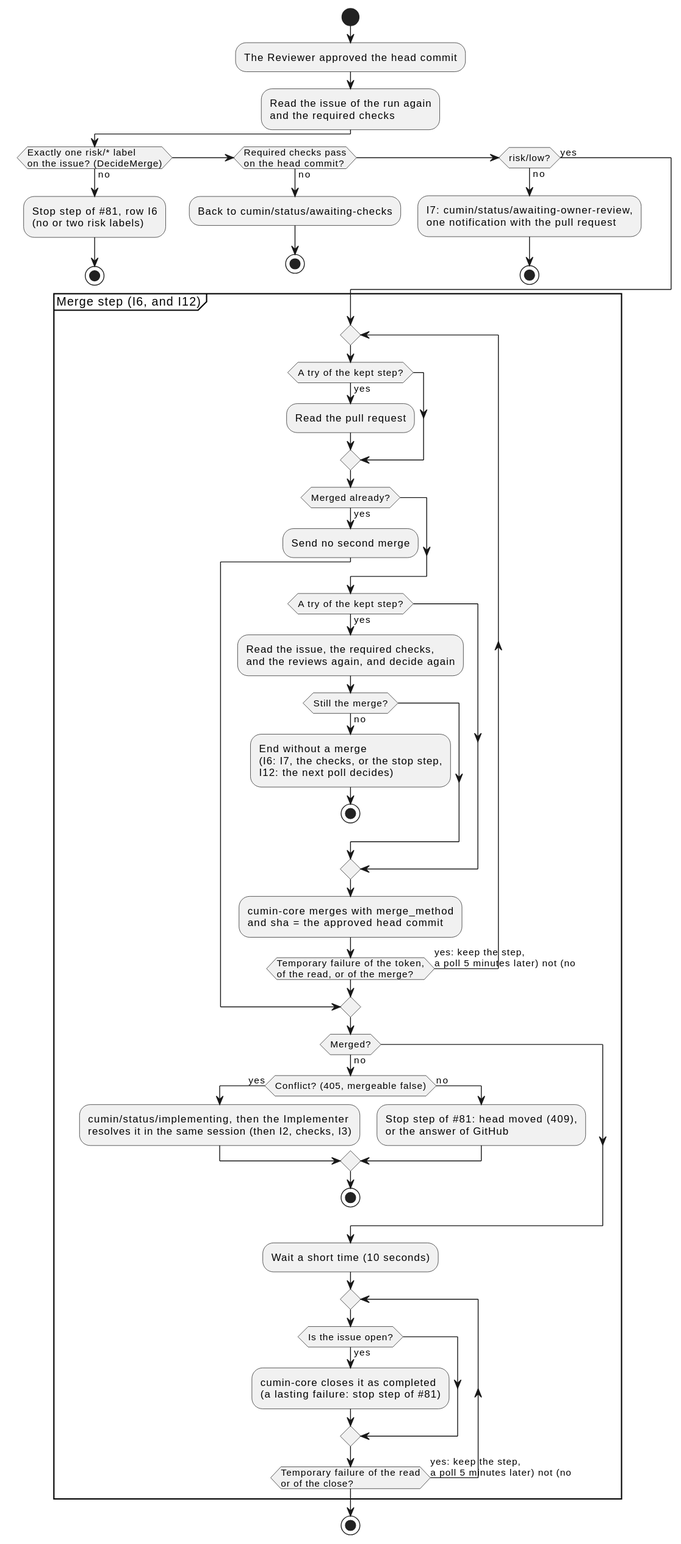
Earlier version of the PlantUML export docs/ja/designs/poll-merge.svg (cloveclovedev/cumin-works). Source of this version:
```plantuml
@startuml
skinparam shadowing false
skinparam defaultFontName sans-serif

start
:The Reviewer approved the head commit;
:Read the issue of the run again
and the required checks;
if (Exactly one risk/* label
on the issue? (DecideMerge)) then (no)
  :Stop step of #81, row I6
  (no or two risk labels);
  stop
elseif (Required checks pass
on the head commit?) then (no)
  :Back to cumin/status/awaiting-checks;
  stop
elseif (risk/low?) then (no)
  :I7: cumin/status/awaiting-owner-review,
  one notification with the pull request;
  stop
else (yes)
endif
partition "Merge step (I6, and I12)" {
  repeat
    if (A try of the kept step?) then (yes)
      :Read the pull request;
    endif
    if (Merged already?) then (yes)
      :Send no second merge;
      break
    endif
    if (A try of the kept step?) then (yes)
      :Read the issue, the required checks,
      and the reviews again, and decide again;
      if (Still the merge?) then (no)
        :End without a merge
        (I6: I7, the checks, or the stop step,
        I12: the next poll decides);
        stop
      endif
    endif
    :cumin-core merges with merge_method
    and sha = the approved head commit;
  repeat while (Temporary failure of the token,
of the read, or of the merge?) is (yes: keep the step,
a poll 5 minutes later) not (no)
  if (Merged?) then (no)
    if (Conflict? (405, mergeable false)) then (yes)
      :cumin/status/implementing, then the Implementer
      resolves it in the same session (then I2, checks, I3);
    else (no)
      :Stop step of #81: head moved (409),
      or the answer of GitHub;
    endif
    stop
  endif
  :Wait a short time (10 seconds);
  repeat
    if (Is the issue open?) then (yes)
      :cumin-core closes it as completed
      (a lasting failure: stop step of #81);
    endif
  repeat while (Temporary failure of the read
or of the close?) is (yes: keep the step,
a poll 5 minutes later) not (no)
}
stop
@enduml
```
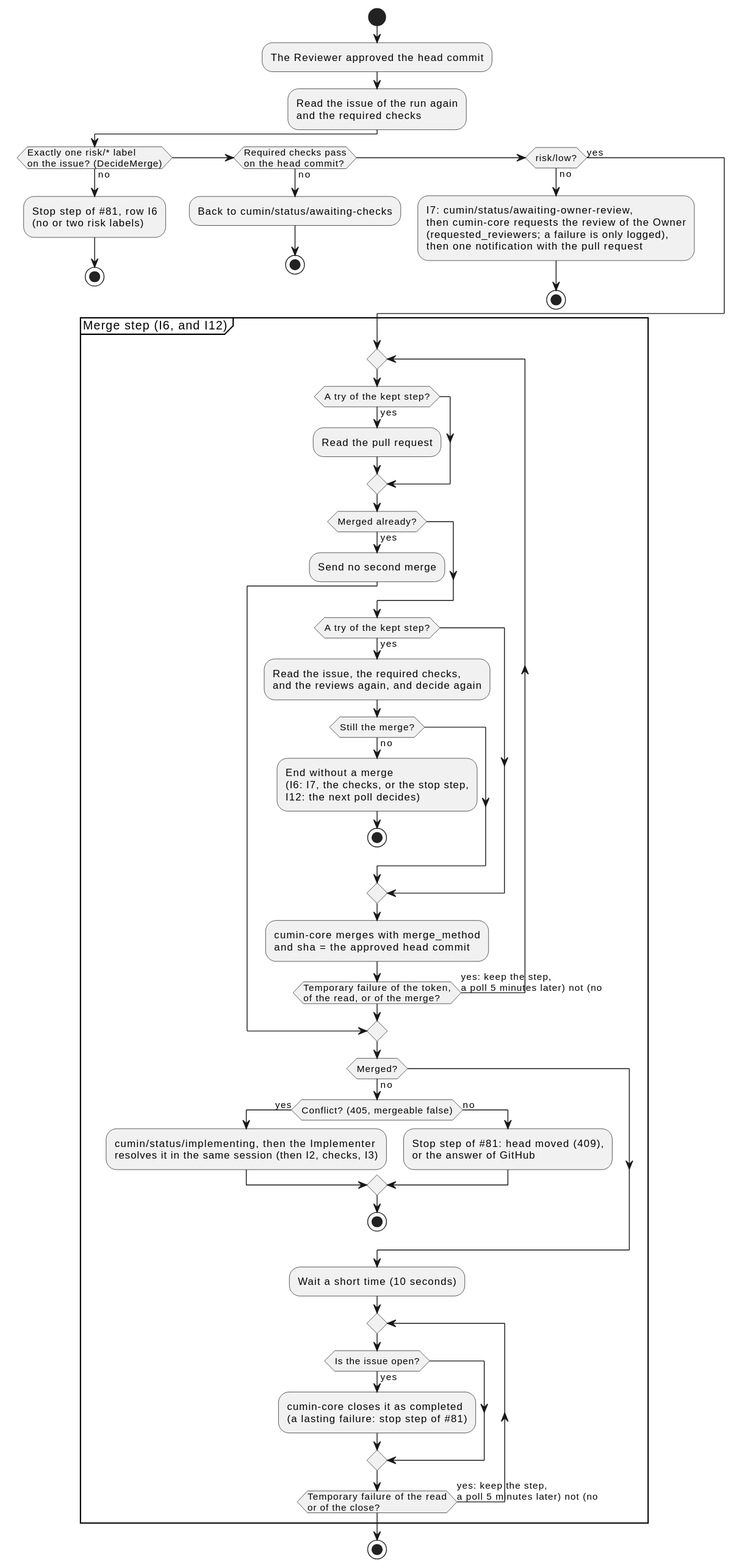
After the change.

Commit message:
docs(designs): record the review request of the Owner at I7 and the reason for the API (#523)

The merge section of poll.md gains the review request as a step of I7
(approved, waits for the Owner): after the label, before the notification.
It names the rejected CODEOWNERS option, the account that cumin requests,
and the rule for a failed request. The poll-merge diagram gains the step.

The edit, as a diff of the source:
```diff
@@ -17,7 +17,9 @@
   stop
 elseif (risk/low?) then (no)
   :I7: cumin/status/awaiting-owner-review,
-  one notification with the pull request;
+  then cumin-core requests the review of the Owner
+  (requested_reviewers; a failure is only logged),
+  then one notification with the pull request;
   stop
 else (yes)
 endif
```
